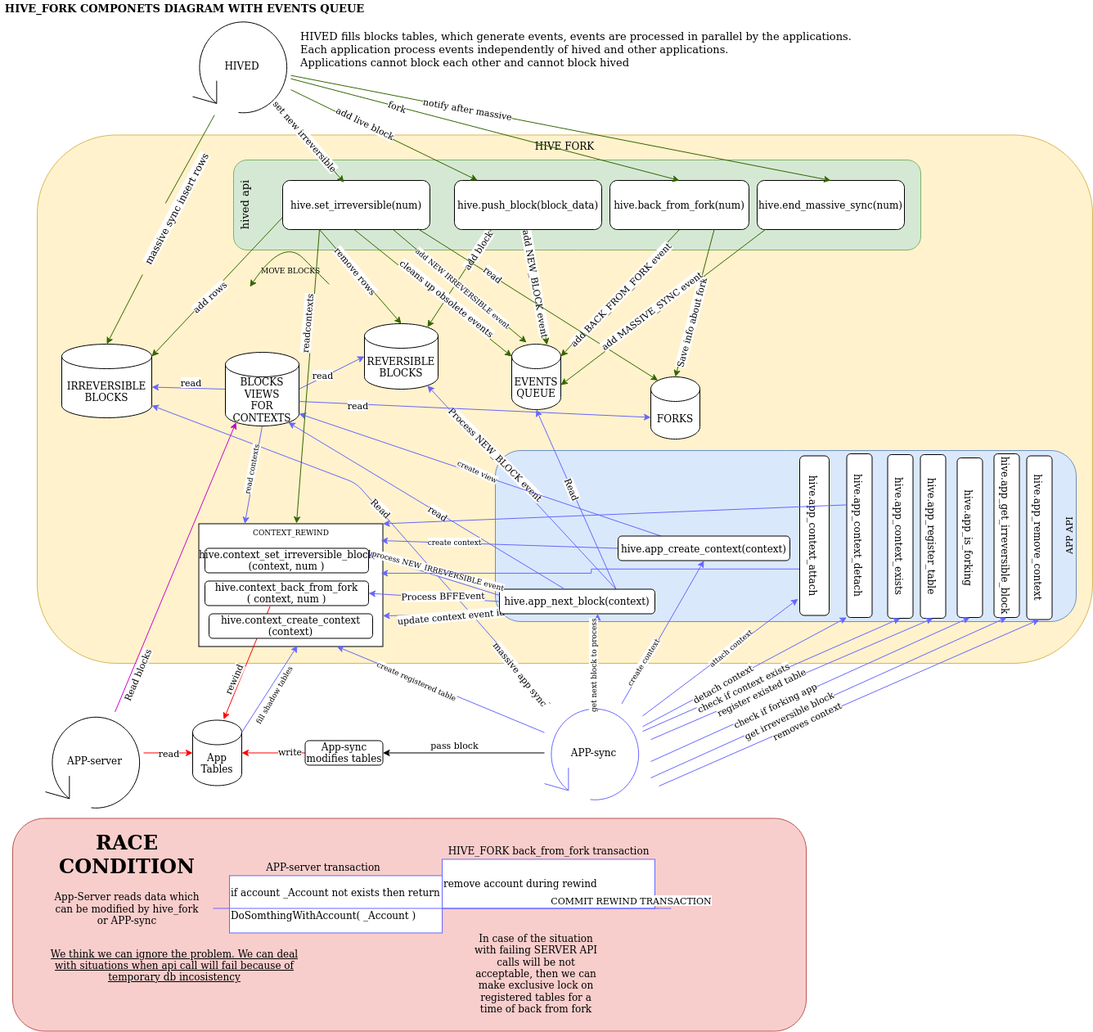
openhive-network/HAfAH keeps this draw.io diagram as src/hive_fork_manager/doc/evq_c3.png. Above is the earlier version. Source tidied: cells renumbered, new cells last; positions are measured from the earlier drawing's top-left corner, leaving out a move shared by most shapes.
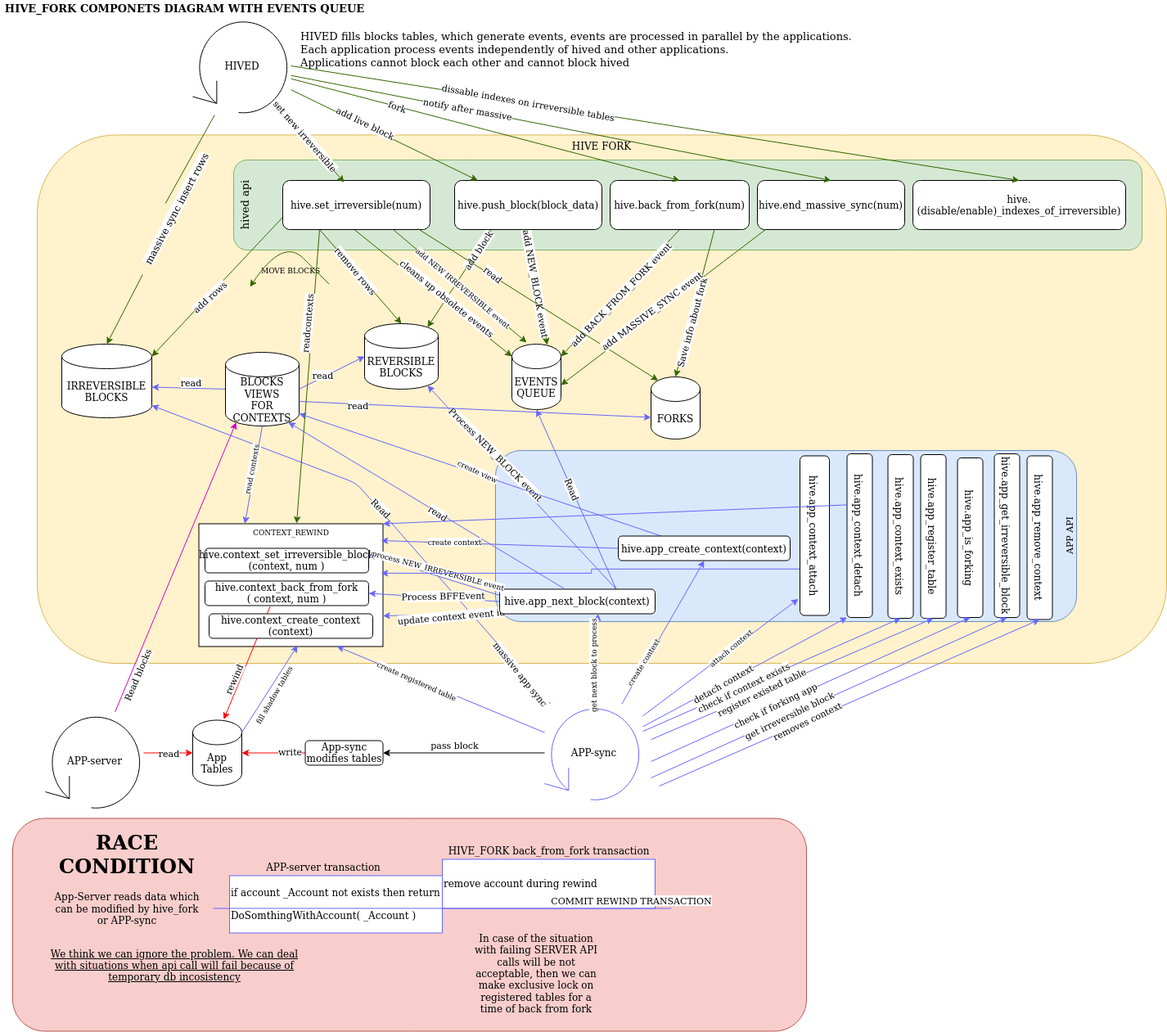
After the commit.

Commit message:
move disable indexes/contraints from sql_serializer

The edit, as a diff of the source:
```diff
@@ -3,13 +3,13 @@
     <mxCell id="0" />
     <mxCell id="1" parent="0" />
     <mxCell id="2" value="HIVE FORK" style="rounded=1;whiteSpace=wrap;html=1;strokeColor=#d6b656;align=center;verticalAlign=top;fillColor=#fff2cc;" parent="1" vertex="1">
-      <mxGeometry x="45" y="164.5" width="1290" height="645.5" as="geometry" />
+      <mxGeometry x="45" y="164.5" width="1380" height="645.5" as="geometry" />
     </mxCell>
     <mxCell id="3" value="&lt;div&gt;APP API&lt;br&gt;&lt;/div&gt;" style="rounded=1;whiteSpace=wrap;html=1;labelBackgroundColor=none;fontSize=11;align=center;horizontal=0;verticalAlign=bottom;fillColor=#dae8fc;strokeColor=#6c8ebf;" parent="1" vertex="1">
       <mxGeometry x="605" y="550" width="710" height="209" as="geometry" />
     </mxCell>
     <mxCell id="4" value="&lt;div&gt;hived api&lt;br&gt;&lt;/div&gt;" style="rounded=1;whiteSpace=wrap;html=1;labelBackgroundColor=none;fontSize=13;align=center;horizontal=0;verticalAlign=top;fillColor=#d5e8d4;strokeColor=#82b366;" parent="1" vertex="1">
-      <mxGeometry x="285" y="195" width="840" height="110" as="geometry" />
+      <mxGeometry x="285" y="195" width="1110" height="110" as="geometry" />
     </mxCell>
     <mxCell id="5" style="rounded=1;whiteSpace=wrap;html=1;labelBackgroundColor=none;strokeColor=#b85450;align=left;fillColor=#f8cecc;" parent="1" vertex="1">
       <mxGeometry x="15" y="999.5" width="970" height="260" as="geometry" />
@@ -516,5 +516,14 @@
     <mxCell id="140" value="removes context" style="edgeLabel;html=1;align=center;verticalAlign=middle;fontColor=#000000;rotation=334;" parent="139" vertex="1">
       <mxGeometry x="-0.22" relative="1" as="geometry" />
     </mxCell>
+    <mxCell id="141" value="&lt;div&gt;hive.&lt;/div&gt;&lt;div&gt;(disable/enable)_indexes_of_irreversible)&lt;/div&gt;" style="rounded=1;whiteSpace=wrap;html=1;fontColor=#000000;align=center;" parent="1" vertex="1">
+      <mxGeometry x="1115" y="220" width="260" height="60" as="geometry" />
+    </mxCell>
+    <mxCell id="142" style="endArrow=classic;html=1;entryX=0.5;entryY=0;entryDx=0;entryDy=0;fillColor=#f8cecc;strokeColor=#336600;exitX=1;exitY=0.5;exitDx=0;exitDy=0;exitPerimeter=0;" parent="1" edge="1" source="6" target="141">
+      <mxGeometry relative="1" as="geometry" />
+    </mxCell>
+    <mxCell id="143" value="dissable indexes on irreversible tables" style="edgeLabel;html=1;align=center;verticalAlign=middle;rotation=10;" parent="142" vertex="1">
+      <mxGeometry x="-0.35" y="1" relative="1" as="geometry" />
+    </mxCell>
   </root>
 </mxGraphModel>
```
